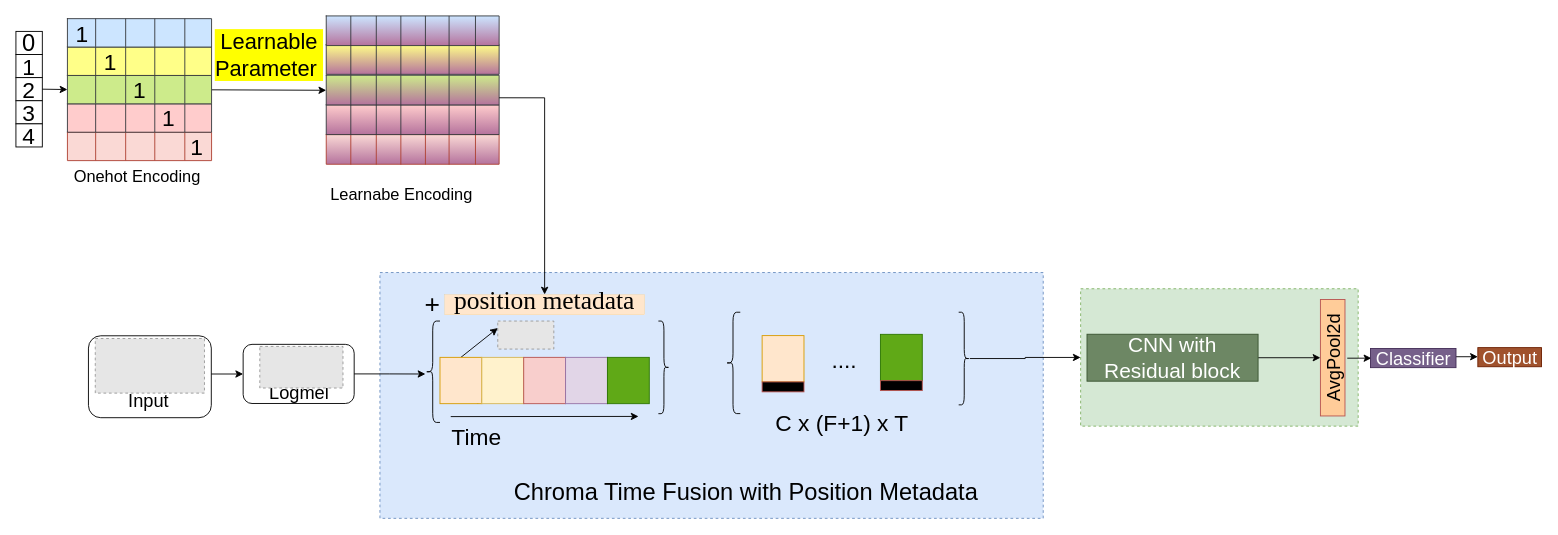
The draw.io diagram time_fusion_without_特征fusion.drawio in lhwjsj/Diagram, before the edit. Source tidied: cells renumbered, new cells numbered last; positions are measured from the earlier drawing's top-left corner, leaving out a move shared by most shapes. Both pictures are drawn from the tidied source at 91%, with x=0, y=0 at pixel (15, 15). Pictures stored in the file or linked from it are replaced by grey dashed boxes.
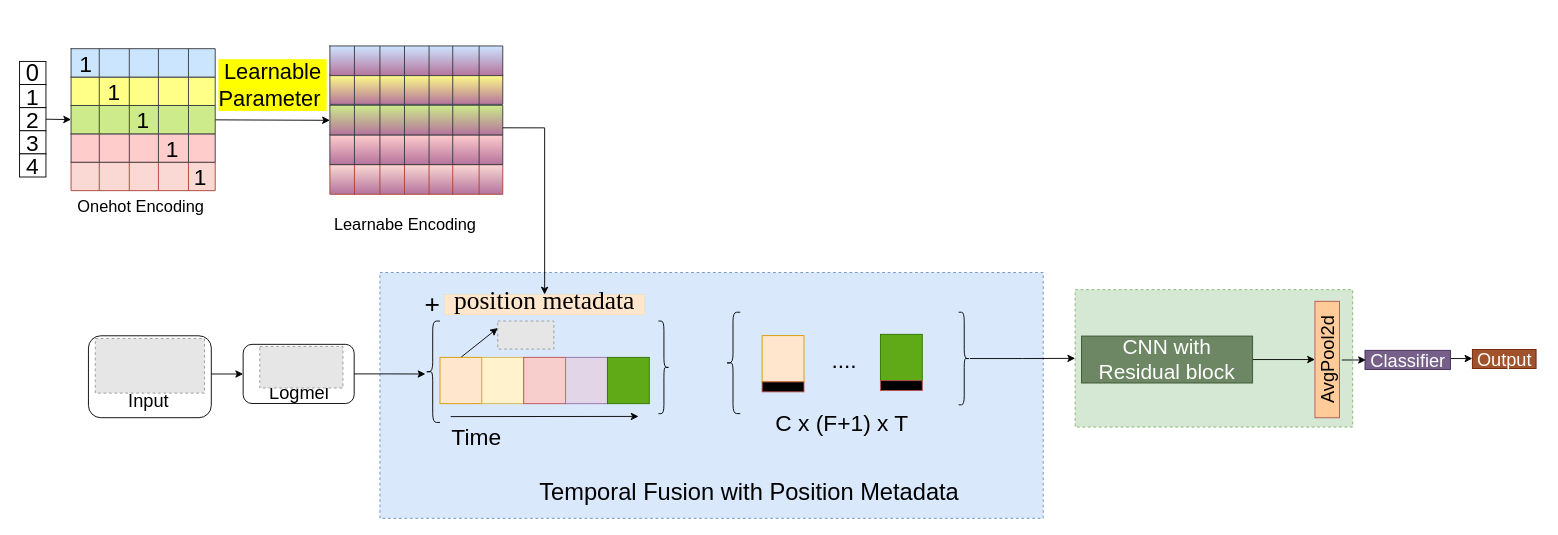
After the change.

Diff of the diagram source:
```diff
@@
-    <mxCell id="11" value="&lt;font style=&quot;font-size: 26px;&quot;&gt;Chroma Time Fusion with Position Metadata&lt;/font&gt;" style="text;html=1;align=center;verticalAlign=middle;whiteSpace=wrap;rounded=0;" parent="1" vertex="1">
+    <mxCell id="11" value="&lt;font style=&quot;font-size: 26px;&quot;&gt;&amp;nbsp;Temporal Fusion with Position Metadata&lt;/font&gt;" style="text;html=1;align=center;verticalAlign=middle;whiteSpace=wrap;rounded=0;" parent="1" vertex="1">
       <mxGeometry x="533.5" y="502.1" width="536.5" height="42.3" as="geometry" />
     </mxCell>
     <mxCell id="12" style="group;" parent="1" vertex="1">
-      <mxGeometry y="17" width="29" height="127" as="geometry" />
+      <mxGeometry x="4" y="50" width="29" height="127" as="geometry" />
     </mxCell>
@@
     <mxCell id="18" value="&lt;font style=&quot;font-size: 18px;&quot;&gt;Onehot Encoding&lt;/font&gt;" style="text;html=1;align=center;verticalAlign=middle;whiteSpace=wrap;rounded=0;" parent="1" vertex="1">
-      <mxGeometry x="57" y="162" width="153.4" height="30" as="geometry" />
+      <mxGeometry x="61" y="195" width="153.4" height="30" as="geometry" />
     </mxCell>
@@
     <mxCell id="22" value="&lt;font style=&quot;font-size: 18px;&quot;&gt;Learnabe Encoding&lt;/font&gt;" style="text;html=1;align=center;verticalAlign=middle;whiteSpace=wrap;rounded=0;" parent="1" vertex="1">
-      <mxGeometry x="330" y="182" width="188.4" height="30" as="geometry" />
+      <mxGeometry x="334" y="215" width="188.4" height="30" as="geometry" />
     </mxCell>
     <mxCell id="23" style="group;" parent="1" vertex="1">
-      <mxGeometry x="56.6" y="3" width="158.4" height="156" as="geometry" />
+      <mxGeometry x="60.6" y="36" width="158.4" height="156" as="geometry" />
     </mxCell>
@@
     <mxCell id="64" style="group;" parent="1" vertex="1">
-      <mxGeometry x="341" y="2" width="190" height="163" as="geometry" />
+      <mxGeometry x="345" y="35" width="190" height="163" as="geometry" />
     </mxCell>
@@
     <mxCell id="135" style="rounded=0;whiteSpace=wrap;html=1;fillColor=#d5e8d4;strokeColor=#82b366;dashed=1;" parent="1" vertex="1">
-      <mxGeometry x="1170" y="299.8" width="305" height="151" as="geometry" />
+      <mxGeometry x="1164" y="300.8" width="305" height="151" as="geometry" />
     </mxCell>
@@
     <mxCell id="137" value="&lt;font style=&quot;font-size: 23px;&quot;&gt;CNN with Residual block&lt;/font&gt;" style="rounded=0;whiteSpace=wrap;html=1;fillColor=#6d8764;strokeColor=#3A5431;fontColor=#ffffff;" parent="1" vertex="1">
-      <mxGeometry x="1177" y="349.8" width="188" height="51.6" as="geometry" />
+      <mxGeometry x="1171" y="351.8" width="188" height="51.6" as="geometry" />
     </mxCell>
     <mxCell id="138" value="&lt;font style=&quot;font-size: 20px;&quot;&gt;AvgPool2d&lt;/font&gt;" style="rounded=0;whiteSpace=wrap;html=1;fillColor=#FFCC99;strokeColor=#b85450;rotation=-90;" parent="1" vertex="1">
-      <mxGeometry x="1383" y="362.1" width="128" height="27" as="geometry" />
+      <mxGeometry x="1377" y="364.1" width="128" height="27" as="geometry" />
     </mxCell>
     <mxCell id="139" style="edgeStyle=orthogonalEdgeStyle;rounded=0;orthogonalLoop=1;jettySize=auto;html=1;" parent="1" edge="1">
       <mxGeometry relative="1" as="geometry">
-        <mxPoint x="1463" y="376.1" as="sourcePoint" />
-        <mxPoint x="1489.5" y="376.1" as="targetPoint" />
+        <mxPoint x="1457" y="378.1" as="sourcePoint" />
+        <mxPoint x="1483.5" y="378.1" as="targetPoint" />
       </mxGeometry>
     </mxCell>
     <mxCell id="140" style="edgeStyle=orthogonalEdgeStyle;rounded=0;jettySize=auto;html=1;" parent="1" edge="1" target="142">
       <mxGeometry relative="1" as="geometry">
-        <mxPoint x="1521.5" y="374.5" as="sourcePoint" />
+        <mxPoint x="1515.5" y="376.5" as="sourcePoint" />
       </mxGeometry>
     </mxCell>
     <mxCell id="141" value="&lt;font style=&quot;font-size: 20px;&quot;&gt;Classifier&lt;/font&gt;" style="rounded=0;whiteSpace=wrap;html=1;fillColor=#76608a;strokeColor=#432D57;rotation=0;fontColor=#ffffff;align=center;" parent="1" vertex="1">
-      <mxGeometry x="1488.5" y="365.5" width="94" height="21" as="geometry" />
+      <mxGeometry x="1482.5" y="367.5" width="94" height="21" as="geometry" />
     </mxCell>
     <mxCell id="142" value="&lt;font style=&quot;font-size: 20px;&quot;&gt;Output&lt;/font&gt;" style="rounded=0;whiteSpace=wrap;html=1;fillColor=#a0522d;strokeColor=#6D1F00;rotation=0;align=center;fontColor=#ffffff;" parent="1" vertex="1">
-      <mxGeometry x="1606.5" y="364.5" width="70" height="21" as="geometry" />
+      <mxGeometry x="1600.5" y="366.5" width="70" height="21" as="geometry" />
     </mxCell>
```
